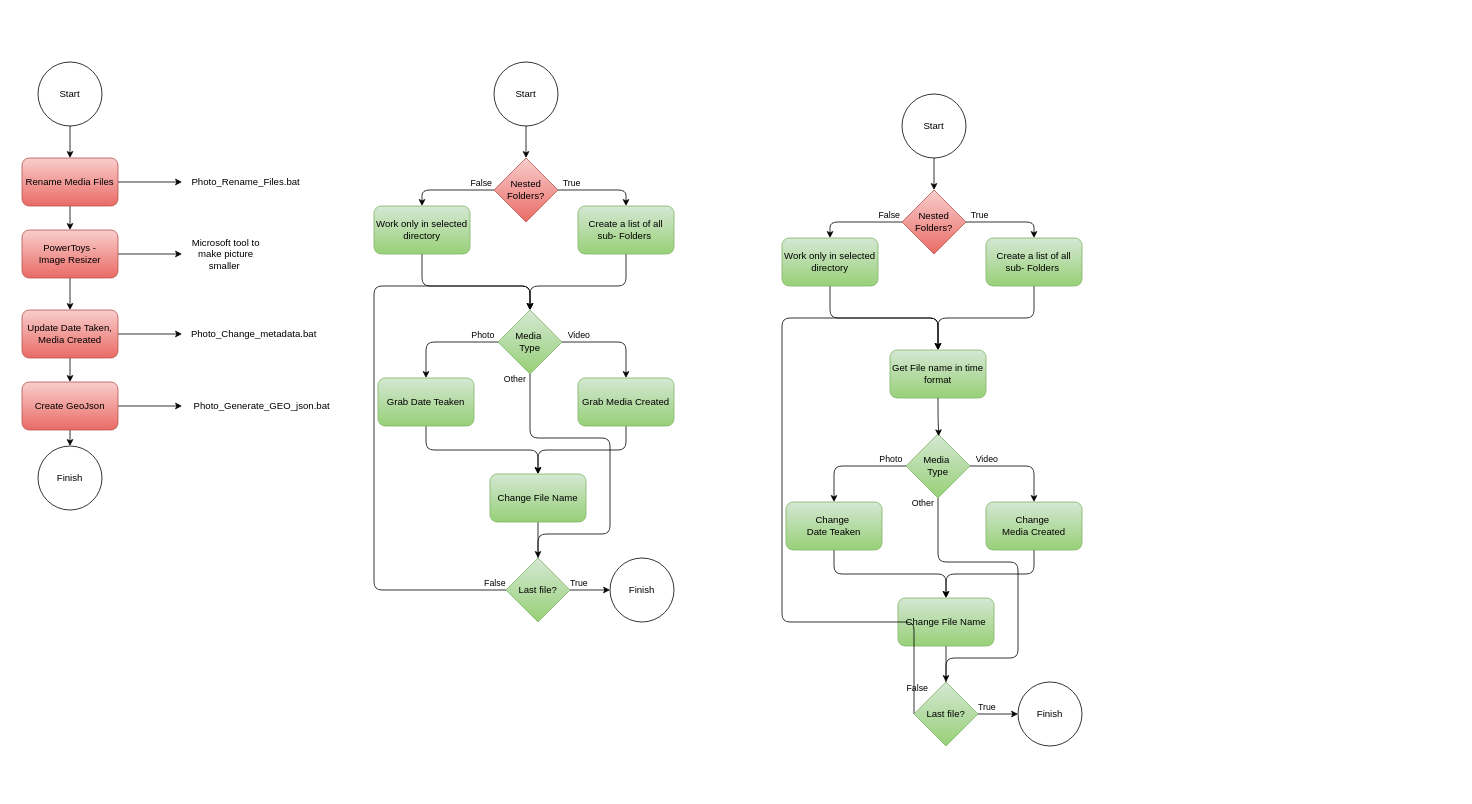
This is Libs/Icons/Diagrams.drawio from JanVasko1/Picture_Rename, a draw.io file, before an edit. Source tidied: cells renumbered, new cells numbered last; positions are measured from the earlier drawing's top-left corner, leaving out a move shared by most shapes. Both pictures are drawn from the tidied source at 80%, with x=0, y=0 at pixel (22, 62).
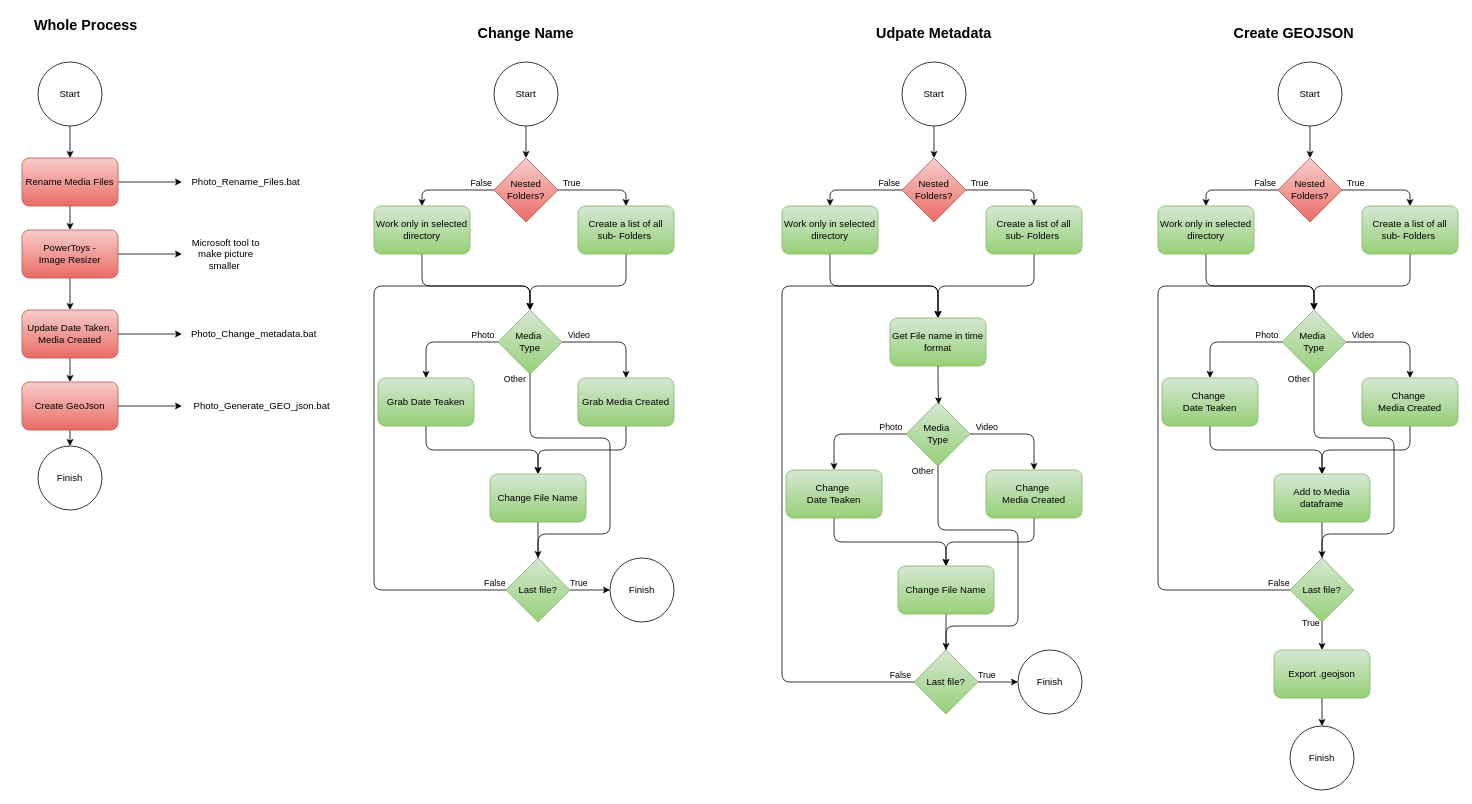
Above is the later version.

Diff of the diagram source:
```diff
@@
     <mxCell id="52" value="Start" style="ellipse;whiteSpace=wrap;html=1;fillColor=none;" parent="1" vertex="1">
-      <mxGeometry x="1100" y="40" width="80" height="80" as="geometry" />
+      <mxGeometry x="1100" width="80" height="80" as="geometry" />
     </mxCell>
     <mxCell id="53" style="edgeStyle=orthogonalEdgeStyle;rounded=1;jettySize=auto;html=1;exitX=0.5;exitY=1;exitDx=0;exitDy=0;entryX=0.5;entryY=0;entryDx=0;entryDy=0;" parent="1" edge="1" source="75" target="81">
       <mxGeometry relative="1" as="geometry">
         <Array as="points">
-          <mxPoint x="1010" y="320" />
+          <mxPoint x="1010" y="280" />
+          <mxPoint x="1145" y="280" />
           <mxPoint x="1145" y="320" />
-          <mxPoint x="1145" y="360" />
         </Array>
       </mxGeometry>
     </mxCell>
@@
     <mxCell id="56" value="Nested&lt;div&gt;Folders?&lt;/div&gt;" style="rhombus;whiteSpace=wrap;html=1;fillColor=#f8cecc;gradientColor=#ea6b66;strokeColor=#b85450;" parent="1" vertex="1">
-      <mxGeometry x="1100" y="160" width="80" height="80" as="geometry" />
+      <mxGeometry x="1100" y="120" width="80" height="80" as="geometry" />
     </mxCell>
@@
     <mxCell id="61" style="edgeStyle=orthogonalEdgeStyle;rounded=1;jettySize=auto;html=1;exitX=0.5;exitY=1;exitDx=0;exitDy=0;entryX=0.5;entryY=0;entryDx=0;entryDy=0;curved=0;" parent="1" edge="1" source="63" target="80">
       <mxGeometry relative="1" as="geometry">
         <Array as="points">
-          <mxPoint x="1145" y="625" />
-          <mxPoint x="1245" y="625" />
-          <mxPoint x="1245" y="745" />
-          <mxPoint x="1155" y="745" />
-          <mxPoint x="1155" y="795" />
+          <mxPoint x="1145" y="585" />
+          <mxPoint x="1245" y="585" />
+          <mxPoint x="1245" y="705" />
+          <mxPoint x="1155" y="705" />
+          <mxPoint x="1155" y="755" />
         </Array>
       </mxGeometry>
     </mxCell>
@@
     <mxCell id="63" value="Media&amp;nbsp;&lt;div&gt;Type&lt;/div&gt;" style="rhombus;whiteSpace=wrap;html=1;fillColor=#d5e8d4;gradientColor=#97d077;strokeColor=#82b366;" parent="1" vertex="1">
-      <mxGeometry x="1105" y="465" width="80" height="80" as="geometry" />
+      <mxGeometry x="1105" y="425" width="80" height="80" as="geometry" />
     </mxCell>
@@
     <mxCell id="65" value="Change&amp;nbsp;&lt;div&gt;Media Created&lt;/div&gt;" style="rounded=1;whiteSpace=wrap;html=1;fillColor=#d5e8d4;gradientColor=#97d077;strokeColor=#82b366;" parent="1" vertex="1">
-      <mxGeometry x="1205" y="550" width="120" height="60" as="geometry" />
+      <mxGeometry x="1205" y="510" width="120" height="60" as="geometry" />
     </mxCell>
@@
     <mxCell id="67" value="Change File Name" style="rounded=1;whiteSpace=wrap;html=1;fillColor=#d5e8d4;gradientColor=#97d077;strokeColor=#82b366;" parent="1" vertex="1">
-      <mxGeometry x="1095" y="670" width="120" height="60" as="geometry" />
+      <mxGeometry x="1095" y="630" width="120" height="60" as="geometry" />
     </mxCell>
@@
     <mxCell id="69" value="Change&amp;nbsp;&lt;div&gt;Date Teaken&lt;/div&gt;" style="rounded=1;whiteSpace=wrap;html=1;fillColor=#d5e8d4;gradientColor=#97d077;strokeColor=#82b366;" parent="1" vertex="1">
-      <mxGeometry x="955" y="550" width="120" height="60" as="geometry" />
+      <mxGeometry x="955" y="510" width="120" height="60" as="geometry" />
     </mxCell>
     <mxCell id="70" value="Finish" style="ellipse;whiteSpace=wrap;html=1;fillColor=none;" parent="1" vertex="1">
-      <mxGeometry x="1245" y="775" width="80" height="80" as="geometry" />
+      <mxGeometry x="1245" y="735" width="80" height="80" as="geometry" />
     </mxCell>
     <mxCell id="71" style="edgeStyle=orthogonalEdgeStyle;rounded=1;jettySize=auto;html=1;exitX=0.5;exitY=1;exitDx=0;exitDy=0;entryX=0.5;entryY=0;entryDx=0;entryDy=0;curved=0;" parent="1" edge="1" source="72" target="81">
       <mxGeometry relative="1" as="geometry">
         <Array as="points">
-          <mxPoint x="1265" y="320" />
+          <mxPoint x="1265" y="280" />
+          <mxPoint x="1145" y="280" />
           <mxPoint x="1145" y="320" />
-          <mxPoint x="1145" y="360" />
         </Array>
       </mxGeometry>
     </mxCell>
     <mxCell id="72" value="Create a list of all sub- Folders&amp;nbsp;" style="rounded=1;whiteSpace=wrap;html=1;fillColor=#d5e8d4;gradientColor=#97d077;strokeColor=#82b366;" parent="1" vertex="1">
-      <mxGeometry x="1205" y="220" width="120" height="60" as="geometry" />
+      <mxGeometry x="1205" y="180" width="120" height="60" as="geometry" />
     </mxCell>
@@
     <mxCell id="75" value="Work only in selected directory" style="rounded=1;whiteSpace=wrap;html=1;fillColor=#d5e8d4;gradientColor=#97d077;strokeColor=#82b366;" parent="1" vertex="1">
-      <mxGeometry x="950" y="220" width="120" height="60" as="geometry" />
+      <mxGeometry x="950" y="180" width="120" height="60" as="geometry" />
     </mxCell>
@@
     <mxCell id="78" style="edgeStyle=orthogonalEdgeStyle;rounded=1;jettySize=auto;html=1;exitX=0;exitY=0.5;exitDx=0;exitDy=0;entryX=0.5;entryY=0;entryDx=0;entryDy=0;curved=0;" parent="1" edge="1" source="80" target="81">
       <mxGeometry relative="1" as="geometry">
         <Array as="points">
-          <mxPoint x="1115" y="700" />
-          <mxPoint x="950" y="700" />
-          <mxPoint x="950" y="320" />
-          <mxPoint x="1145" y="320" />
-          <mxPoint x="1145" y="360" />
+          <mxPoint x="950" y="775" />
+          <mxPoint x="950" y="280" />
+          <mxPoint x="1145" y="280" />
         </Array>
       </mxGeometry>
     </mxCell>
@@
     <mxCell id="80" value="Last file?" style="rhombus;whiteSpace=wrap;html=1;fillColor=#d5e8d4;gradientColor=#97d077;strokeColor=#82b366;" parent="1" vertex="1">
-      <mxGeometry x="1115" y="775" width="80" height="80" as="geometry" />
+      <mxGeometry x="1115" y="735" width="80" height="80" as="geometry" />
     </mxCell>
     <mxCell id="81" value="Get File name in time format" style="rounded=1;whiteSpace=wrap;html=1;fillColor=#d5e8d4;gradientColor=#97d077;strokeColor=#82b366;" parent="1" vertex="1">
-      <mxGeometry x="1085" y="360" width="120" height="60" as="geometry" />
+      <mxGeometry x="1085" y="320" width="120" height="60" as="geometry" />
     </mxCell>
@@
+    <mxCell id="83" value="&lt;b&gt;&lt;font style=&quot;font-size: 18px;&quot;&gt;Whole Process&lt;/font&gt;&lt;/b&gt;" style="text;html=1;align=center;verticalAlign=middle;whiteSpace=wrap;rounded=0;" parent="1" vertex="1">
+      <mxGeometry x="-10" y="-60" width="180" height="30" as="geometry" />
+    </mxCell>
+    <mxCell id="84" value="&lt;b&gt;&lt;font style=&quot;font-size: 18px;&quot;&gt;Change Name&lt;/font&gt;&lt;/b&gt;" style="text;html=1;align=center;verticalAlign=middle;whiteSpace=wrap;rounded=0;" parent="1" vertex="1">
+      <mxGeometry x="540" y="-50" width="180" height="30" as="geometry" />
+    </mxCell>
+    <mxCell id="85" value="&lt;span style=&quot;font-size: 18px;&quot;&gt;&lt;b&gt;Udpate Metadata&lt;/b&gt;&lt;/span&gt;" style="text;html=1;align=center;verticalAlign=middle;whiteSpace=wrap;rounded=0;" parent="1" vertex="1">
+      <mxGeometry x="1050" y="-50" width="180" height="30" as="geometry" />
+    </mxCell>
+    <mxCell id="86" value="&lt;span style=&quot;font-size: 18px;&quot;&gt;&lt;b&gt;Create GEOJSON&lt;/b&gt;&lt;/span&gt;" style="text;html=1;align=center;verticalAlign=middle;whiteSpace=wrap;rounded=0;" parent="1" vertex="1">
+      <mxGeometry x="1500" y="-50" width="180" height="30" as="geometry" />
+    </mxCell>
+    <mxCell id="87" style="edgeStyle=orthogonalEdgeStyle;rounded=1;jettySize=auto;html=1;exitX=0.5;exitY=1;exitDx=0;exitDy=0;entryX=0.5;entryY=0;entryDx=0;entryDy=0;curved=0;" parent="1" edge="1" source="88" target="92">
+      <mxGeometry relative="1" as="geometry" />
+    </mxCell>
+    <mxCell id="88" value="Start" style="ellipse;whiteSpace=wrap;html=1;fillColor=none;" parent="1" vertex="1">
+      <mxGeometry x="1570" width="80" height="80" as="geometry" />
+    </mxCell>
+    <mxCell id="89" style="edgeStyle=orthogonalEdgeStyle;rounded=1;jettySize=auto;html=1;exitX=0.5;exitY=1;exitDx=0;exitDy=0;entryX=0.5;entryY=0;entryDx=0;entryDy=0;" parent="1" edge="1" source="111" target="99">
+      <mxGeometry relative="1" as="geometry">
+        <Array as="points">
+          <mxPoint x="1480" y="280" />
+          <mxPoint x="1615" y="280" />
+        </Array>
+      </mxGeometry>
+    </mxCell>
+    <mxCell id="90" style="edgeStyle=orthogonalEdgeStyle;rounded=1;jettySize=auto;html=1;exitX=1;exitY=0.5;exitDx=0;exitDy=0;entryX=0.5;entryY=0;entryDx=0;entryDy=0;curved=0;" parent="1" edge="1" source="92" target="108">
+      <mxGeometry relative="1" as="geometry" />
+    </mxCell>
+    <mxCell id="91" value="True" style="edgeLabel;html=1;align=center;verticalAlign=middle;labelBackgroundColor=none;" parent="90" vertex="1">
+      <mxGeometry x="-0.11" y="-3" relative="1" as="geometry">
+        <mxPoint x="-31" y="-13" as="offset" />
+      </mxGeometry>
+    </mxCell>
+    <mxCell id="92" value="Nested&lt;div&gt;Folders?&lt;/div&gt;" style="rhombus;whiteSpace=wrap;html=1;fillColor=#f8cecc;gradientColor=#ea6b66;strokeColor=#b85450;" parent="1" vertex="1">
+      <mxGeometry x="1570" y="120" width="80" height="80" as="geometry" />
+    </mxCell>
+    <mxCell id="93" style="edgeStyle=orthogonalEdgeStyle;rounded=1;jettySize=auto;html=1;exitX=1;exitY=0.5;exitDx=0;exitDy=0;entryX=0.5;entryY=0;entryDx=0;entryDy=0;curved=0;" parent="1" edge="1" source="99" target="101">
+      <mxGeometry relative="1" as="geometry" />
+    </mxCell>
+    <mxCell id="94" value="Video" style="edgeLabel;html=1;align=center;verticalAlign=middle;labelBackgroundColor=none;" parent="93" vertex="1">
+      <mxGeometry x="-0.41" y="1" relative="1" as="geometry">
+        <mxPoint x="-17" y="-9" as="offset" />
+      </mxGeometry>
+    </mxCell>
+    <mxCell id="95" style="edgeStyle=orthogonalEdgeStyle;rounded=1;jettySize=auto;html=1;exitX=0;exitY=0.5;exitDx=0;exitDy=0;entryX=0.5;entryY=0;entryDx=0;entryDy=0;curved=0;" parent="1" edge="1" source="99" target="105">
+      <mxGeometry relative="1" as="geometry" />
+    </mxCell>
+    <mxCell id="96" value="Photo" style="edgeLabel;html=1;align=center;verticalAlign=middle;labelBackgroundColor=none;" parent="95" vertex="1">
+      <mxGeometry x="-0.33" relative="1" as="geometry">
+        <mxPoint x="25" y="-10" as="offset" />
+      </mxGeometry>
+    </mxCell>
+    <mxCell id="97" style="edgeStyle=orthogonalEdgeStyle;rounded=1;jettySize=auto;html=1;exitX=0.5;exitY=1;exitDx=0;exitDy=0;entryX=0.5;entryY=0;entryDx=0;entryDy=0;curved=0;" parent="1" edge="1" source="99" target="116">
+      <mxGeometry relative="1" as="geometry">
+        <Array as="points">
+          <mxPoint x="1615" y="470" />
+          <mxPoint x="1715" y="470" />
+          <mxPoint x="1715" y="590" />
+          <mxPoint x="1625" y="590" />
+          <mxPoint x="1625" y="640" />
+        </Array>
+      </mxGeometry>
+    </mxCell>
+    <mxCell id="98" value="Other" style="edgeLabel;html=1;align=center;verticalAlign=middle;labelBackgroundColor=none;" parent="97" vertex="1">
+      <mxGeometry x="-0.94" y="-1" relative="1" as="geometry">
+        <mxPoint x="-19" y="-8" as="offset" />
+      </mxGeometry>
+    </mxCell>
+    <mxCell id="99" value="Media&amp;nbsp;&lt;div&gt;Type&lt;/div&gt;" style="rhombus;whiteSpace=wrap;html=1;fillColor=#d5e8d4;gradientColor=#97d077;strokeColor=#82b366;" parent="1" vertex="1">
+      <mxGeometry x="1575" y="310" width="80" height="80" as="geometry" />
+    </mxCell>
+    <mxCell id="100" style="edgeStyle=orthogonalEdgeStyle;rounded=1;jettySize=auto;html=1;exitX=0.5;exitY=1;exitDx=0;exitDy=0;entryX=0.5;entryY=0;entryDx=0;entryDy=0;curved=0;" parent="1" edge="1" source="101" target="103">
+      <mxGeometry relative="1" as="geometry" />
+    </mxCell>
+    <mxCell id="101" value="Change&amp;nbsp;&lt;div&gt;Media Created&lt;/div&gt;" style="rounded=1;whiteSpace=wrap;html=1;fillColor=#d5e8d4;gradientColor=#97d077;strokeColor=#82b366;" parent="1" vertex="1">
+      <mxGeometry x="1675" y="395" width="120" height="60" as="geometry" />
+    </mxCell>
+    <mxCell id="102" style="edgeStyle=orthogonalEdgeStyle;rounded=1;jettySize=auto;html=1;exitX=0.5;exitY=1;exitDx=0;exitDy=0;entryX=0.5;entryY=0;entryDx=0;entryDy=0;curved=0;" parent="1" edge="1" source="103" target="116">
+      <mxGeometry relative="1" as="geometry" />
+    </mxCell>
+    <mxCell id="103" value="Add to Media dataframe" style="rounded=1;whiteSpace=wrap;html=1;fillColor=#d5e8d4;gradientColor=#97d077;strokeColor=#82b366;" parent="1" vertex="1">
+      <mxGeometry x="1565" y="515" width="120" height="60" as="geometry" />
+    </mxCell>
+    <mxCell id="104" style="edgeStyle=orthogonalEdgeStyle;rounded=1;jettySize=auto;html=1;exitX=0.5;exitY=1;exitDx=0;exitDy=0;entryX=0.5;entryY=0;entryDx=0;entryDy=0;curved=0;" parent="1" edge="1" source="105" target="103">
+      <mxGeometry relative="1" as="geometry" />
+    </mxCell>
+    <mxCell id="105" value="Change&amp;nbsp;&lt;div&gt;Date Teaken&lt;/div&gt;" style="rounded=1;whiteSpace=wrap;html=1;fillColor=#d5e8d4;gradientColor=#97d077;strokeColor=#82b366;" parent="1" vertex="1">
+      <mxGeometry x="1425" y="395" width="120" height="60" as="geometry" />
+    </mxCell>
+    <mxCell id="106" value="Finish" style="ellipse;whiteSpace=wrap;html=1;fillColor=none;" parent="1" vertex="1">
+      <mxGeometry x="1585" y="830" width="80" height="80" as="geometry" />
+    </mxCell>
+    <mxCell id="107" style="edgeStyle=orthogonalEdgeStyle;rounded=1;jettySize=auto;html=1;exitX=0.5;exitY=1;exitDx=0;exitDy=0;entryX=0.5;entryY=0;entryDx=0;entryDy=0;curved=0;" parent="1" edge="1" source="108" target="99">
+      <mxGeometry relative="1" as="geometry">
+        <Array as="points">
+          <mxPoint x="1735" y="280" />
+          <mxPoint x="1615" y="280" />
+        </Array>
+      </mxGeometry>
+    </mxCell>
+    <mxCell id="108" value="Create a list of all sub- Folders&amp;nbsp;" style="rounded=1;whiteSpace=wrap;html=1;fillColor=#d5e8d4;gradientColor=#97d077;strokeColor=#82b366;" parent="1" vertex="1">
+      <mxGeometry x="1675" y="180" width="120" height="60" as="geometry" />
+    </mxCell>
+    <mxCell id="109" style="edgeStyle=orthogonalEdgeStyle;rounded=1;jettySize=auto;html=1;exitX=0;exitY=0.5;exitDx=0;exitDy=0;entryX=0.5;entryY=0;entryDx=0;entryDy=0;curved=0;" parent="1" edge="1" source="92" target="111">
+      <mxGeometry relative="1" as="geometry" />
+    </mxCell>
+    <mxCell id="110" value="False" style="edgeLabel;html=1;align=center;verticalAlign=middle;labelBackgroundColor=none;" parent="109" vertex="1">
+      <mxGeometry x="-0.66" y="-2" relative="1" as="geometry">
+        <mxPoint x="2" y="-8" as="offset" />
+      </mxGeometry>
+    </mxCell>
+    <mxCell id="111" value="Work only in selected directory" style="rounded=1;whiteSpace=wrap;html=1;fillColor=#d5e8d4;gradientColor=#97d077;strokeColor=#82b366;" parent="1" vertex="1">
+      <mxGeometry x="1420" y="180" width="120" height="60" as="geometry" />
+    </mxCell>
+    <mxCell id="112" style="edgeStyle=orthogonalEdgeStyle;rounded=1;jettySize=auto;html=1;exitX=0.5;exitY=1;exitDx=0;exitDy=0;entryX=0.5;entryY=0;entryDx=0;entryDy=0;curved=0;" parent="1" edge="1" source="116" target="118">
+      <mxGeometry relative="1" as="geometry" />
+    </mxCell>
+    <mxCell id="113" value="True" style="edgeLabel;html=1;align=center;verticalAlign=middle;labelBackgroundColor=none;" parent="112" vertex="1">
+      <mxGeometry x="-0.23" y="2" relative="1" as="geometry">
+        <mxPoint x="-17" y="-13" as="offset" />
+      </mxGeometry>
+    </mxCell>
+    <mxCell id="114" style="edgeStyle=orthogonalEdgeStyle;rounded=1;jettySize=auto;html=1;exitX=0;exitY=0.5;exitDx=0;exitDy=0;entryX=0.5;entryY=0;entryDx=0;entryDy=0;curved=0;" parent="1" edge="1" source="116" target="99">
+      <mxGeometry relative="1" as="geometry">
+        <Array as="points">
+          <mxPoint x="1420" y="660" />
+          <mxPoint x="1420" y="280" />
+          <mxPoint x="1615" y="280" />
+        </Array>
+      </mxGeometry>
+    </mxCell>
+    <mxCell id="115" value="False" style="edgeLabel;html=1;align=center;verticalAlign=middle;labelBackgroundColor=none;" parent="114" vertex="1">
+      <mxGeometry x="-0.95" y="1" relative="1" as="geometry">
+        <mxPoint x="4" y="-11" as="offset" />
+      </mxGeometry>
+    </mxCell>
+    <mxCell id="116" value="Last file?" style="rhombus;whiteSpace=wrap;html=1;fillColor=#d5e8d4;gradientColor=#97d077;strokeColor=#82b366;" parent="1" vertex="1">
+      <mxGeometry x="1585" y="620" width="80" height="80" as="geometry" />
+    </mxCell>
+    <mxCell id="117" style="edgeStyle=orthogonalEdgeStyle;rounded=0;jettySize=auto;html=1;exitX=0.5;exitY=1;exitDx=0;exitDy=0;entryX=0.5;entryY=0;entryDx=0;entryDy=0;" parent="1" edge="1" source="118" target="106">
+      <mxGeometry relative="1" as="geometry" />
+    </mxCell>
+    <mxCell id="118" value="Export .geojson" style="rounded=1;whiteSpace=wrap;html=1;fillColor=#d5e8d4;gradientColor=#97d077;strokeColor=#82b366;" parent="1" vertex="1">
+      <mxGeometry x="1565" y="735" width="120" height="60" as="geometry" />
+    </mxCell>
```
